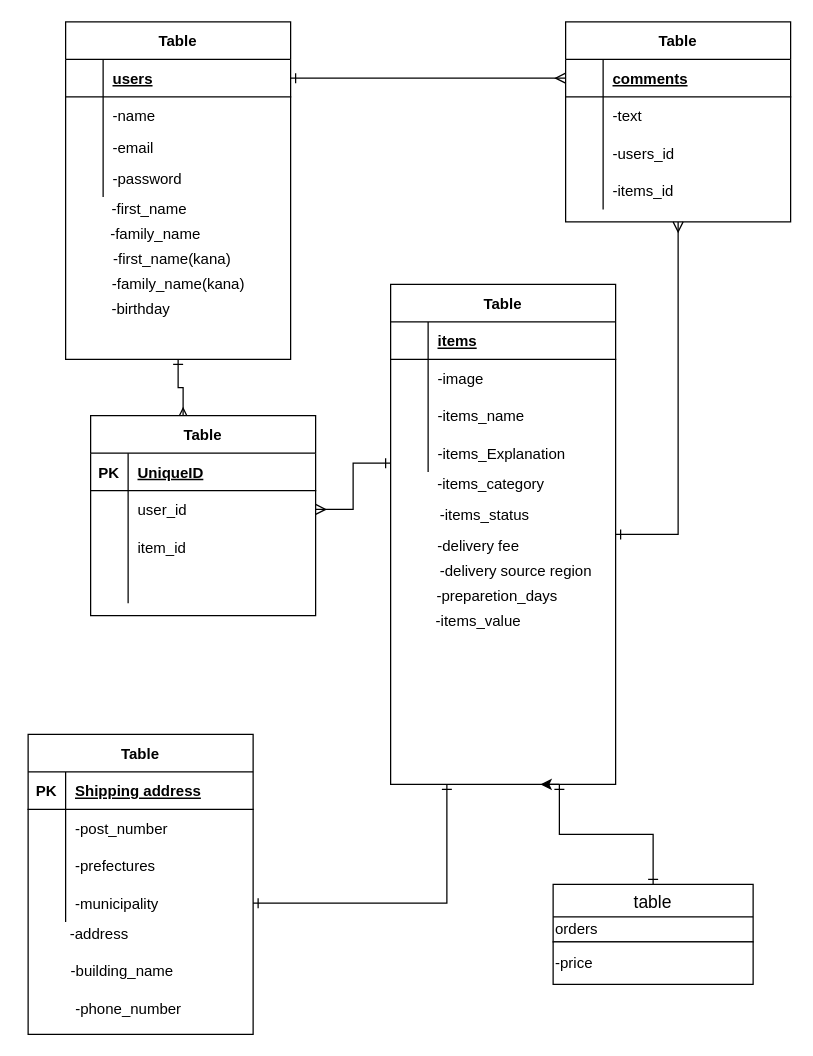
The draw.io diagram furima.dio in takehiko0325/furima-31801, before the edit. Source tidied: cells renumbered, new cells numbered last; positions are measured from the earlier drawing's top-left corner, leaving out a move shared by most shapes. Both pictures are drawn from the tidied source at 125%, with x=0, y=0 at pixel (21, 21).
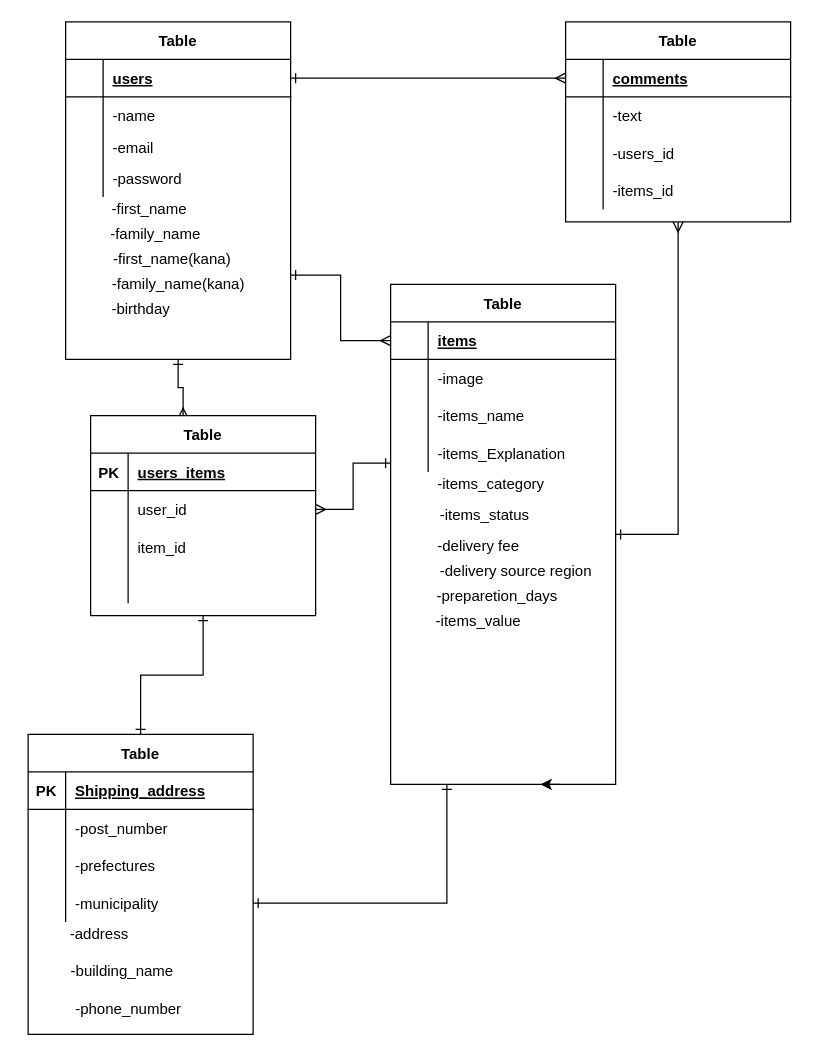
The same page after the edit.

Unchanged cells that the change refers to:
```xml
<mxCell id="5" value="Table" style="shape=table;startSize=30;childLayout=tableLayout;rowLines=0;fontStyle=1;align=center;" parent="1" vertex="1">
  <mxGeometry x="35" width="180" height="270" as="geometry" />
</mxCell>
<mxCell id="48" value="Table" style="shape=table;startSize=30;childLayout=tableLayout;rowLines=0;fontStyle=1;align=center;" parent="1" vertex="1">
  <mxGeometry x="5" y="570" width="180" height="240" as="geometry" />
</mxCell>
<mxCell id="49" style="shape=partialRectangle;fillColor=none;top=0;left=0;bottom=1;right=0;" parent="48" vertex="1">
  <mxGeometry y="30" width="180" height="30" as="geometry" />
</mxCell>
<mxCell id="65" value="Table" style="shape=table;startSize=30;childLayout=tableLayout;rowLines=0;fontStyle=1;align=center;" parent="1" vertex="1">
  <mxGeometry x="295" y="210" width="180" height="400" as="geometry" />
</mxCell>
<mxCell id="66" style="shape=partialRectangle;fillColor=none;top=0;left=0;bottom=1;right=0;points=[[0,0.5],[1,0.5]];portConstraint=eastwest;" parent="65" vertex="1">
  <mxGeometry y="30" width="180" height="30" as="geometry" />
</mxCell>
<mxCell id="78" value="Table" style="shape=table;startSize=30;childLayout=tableLayout;rowLines=0;fontStyle=1;align=center;" parent="1" vertex="1">
  <mxGeometry x="55" y="315" width="180" height="160" as="geometry" />
</mxCell>
<mxCell id="79" style="shape=partialRectangle;fillColor=none;top=0;left=0;bottom=1;right=0;" parent="78" vertex="1">
  <mxGeometry y="30" width="180" height="30" as="geometry" />
</mxCell>
```

Change to the diagram source:
```diff
@@
+    <mxCell id="91" style="edgeStyle=orthogonalEdgeStyle;rounded=0;jettySize=auto;html=1;exitX=1;exitY=0.75;exitDx=0;exitDy=0;entryX=0;entryY=0.5;entryDx=0;entryDy=0;startArrow=ERone;startFill=0;endArrow=ERmany;endFill=0;" parent="1" edge="1" source="5" target="66">
+      <mxGeometry relative="1" as="geometry" />
+    </mxCell>
@@
-    <mxCell id="36" style="edgeStyle=orthogonalEdgeStyle;rounded=0;jettySize=auto;html=1;exitX=0.75;exitY=1;exitDx=0;exitDy=0;startArrow=ERone;startFill=0;endArrow=ERone;endFill=0;" parent="1" edge="1" source="65" target="61">
-      <mxGeometry relative="1" as="geometry" />
-    </mxCell>
@@
-    <mxCell id="51" value="Shipping address" style="shape=partialRectangle;fillColor=none;top=0;left=0;bottom=0;right=0;align=left;spacingLeft=6;fontStyle=5;overflow=hidden;" parent="49" vertex="1">
+    <mxCell id="51" value="Shipping_address" style="shape=partialRectangle;fillColor=none;top=0;left=0;bottom=0;right=0;align=left;spacingLeft=6;fontStyle=5;overflow=hidden;" parent="49" vertex="1">
       <mxGeometry x="30" width="150" height="30" as="geometry" />
     </mxCell>
@@
-    <mxCell id="61" value="table" style="swimlane;fontStyle=0;horizontal=1;startSize=26;align=center;fontSize=14;" parent="1" vertex="1">
-      <mxGeometry x="425" y="690" width="160" height="46" as="geometry" />
-    </mxCell>
-    <mxCell id="62" value="orders" style="text;html=1;align=left;verticalAlign=middle;" parent="61" vertex="1">
-      <mxGeometry y="26" width="160" height="20" as="geometry" />
-    </mxCell>
-    <mxCell id="63" value="-price" style="rounded=0;whiteSpace=wrap;html=1;align=left;" parent="1" vertex="1">
-      <mxGeometry x="425" y="736" width="160" height="34" as="geometry" />
-    </mxCell>
@@
+    <mxCell id="92" style="edgeStyle=orthogonalEdgeStyle;rounded=0;jettySize=auto;html=1;exitX=0.5;exitY=1;exitDx=0;exitDy=0;entryX=0.5;entryY=0;entryDx=0;entryDy=0;startArrow=ERone;startFill=0;endArrow=ERone;endFill=0;" parent="1" edge="1" source="78" target="48">
+      <mxGeometry relative="1" as="geometry" />
+    </mxCell>
@@
-    <mxCell id="81" value="UniqueID" style="shape=partialRectangle;fillColor=none;top=0;left=0;bottom=0;right=0;align=left;spacingLeft=6;fontStyle=5;overflow=hidden;" parent="79" vertex="1">
+    <mxCell id="81" value="users_items" style="shape=partialRectangle;fillColor=none;top=0;left=0;bottom=0;right=0;align=left;spacingLeft=6;fontStyle=5;overflow=hidden;" parent="79" vertex="1">
       <mxGeometry x="30" width="150" height="30" as="geometry" />
     </mxCell>
```
